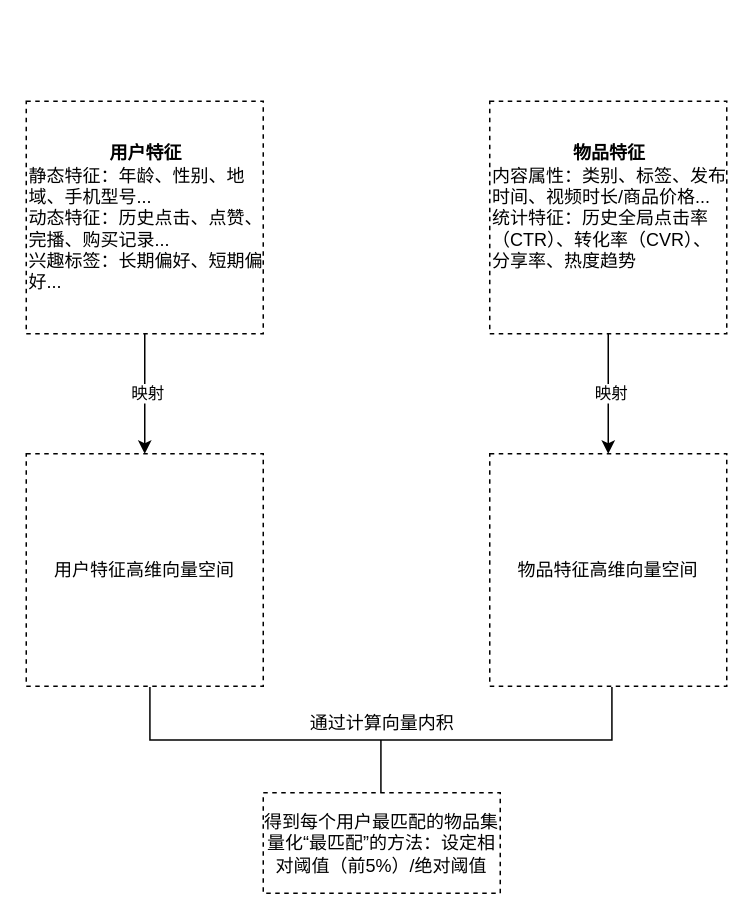
zoeyhuu/First-Project keeps this draw.io diagram as 向量检索.drawio. Above is the earlier version. Source tidied: cells renumbered, new cells numbered last; positions are measured from the earlier drawing's top-left corner, leaving out a move shared by most shapes. Both pictures are drawn from the tidied source at 150%, with x=0, y=0 at pixel (26, 100).
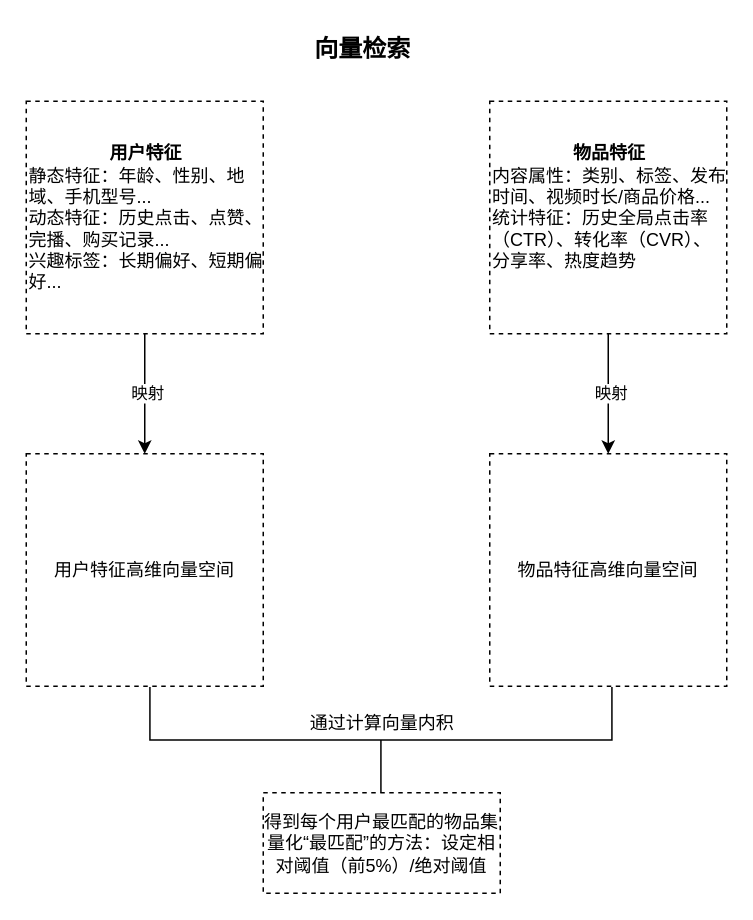
The same page after the edit.

Commit message:
更新推荐策略思维导图.drawio

The edit, as a diff of the source:
```diff
@@
 <mxGraphModel>
   <root>
     <mxCell id="0" />
     <mxCell id="1" parent="0" />
     <mxCell id="2" style="edgeStyle=orthogonalEdgeStyle;rounded=0;jettySize=auto;html=1;" parent="1" edge="1" source="4" target="5">
       <mxGeometry relative="1" as="geometry" />
     </mxCell>
     <mxCell id="3" value="映射" style="edgeLabel;html=1;align=center;verticalAlign=middle;" parent="2" vertex="1">
       <mxGeometry x="-0.03" y="1" relative="1" as="geometry" />
     </mxCell>
     <mxCell id="4" value="&lt;div style=&quot;text-align: center;&quot;&gt;&lt;span style=&quot;background-color: transparent; color: light-dark(rgb(0, 0, 0), rgb(255, 255, 255));&quot;&gt;&lt;b&gt;用户特征&lt;/b&gt;&lt;/span&gt;&lt;/div&gt;&lt;div&gt;静态特征：年龄、性别、地域、手机型号...&lt;/div&gt;&lt;div&gt;动态特征：历史点击、点赞、完播、购买记录...&lt;/div&gt;&lt;div style=&quot;&quot;&gt;兴趣标签：长期偏好、短期偏好...&lt;/div&gt;" style="rounded=0;whiteSpace=wrap;html=1;fillColor=none;dashed=1;align=left;" parent="1" vertex="1">
       <mxGeometry width="158" height="155" as="geometry" />
     </mxCell>
     <mxCell id="5" value="用户特征高维向量空间" style="rounded=0;whiteSpace=wrap;html=1;fillColor=none;dashed=1;align=center;" parent="1" vertex="1">
       <mxGeometry y="235" width="158" height="155" as="geometry" />
     </mxCell>
     <mxCell id="6" style="edgeStyle=orthogonalEdgeStyle;rounded=0;jettySize=auto;html=1;" parent="1" edge="1" source="8" target="9">
       <mxGeometry relative="1" as="geometry" />
     </mxCell>
     <mxCell id="7" value="映射" style="edgeLabel;html=1;align=center;verticalAlign=middle;" parent="6" vertex="1">
       <mxGeometry x="-0.03" y="1" relative="1" as="geometry" />
     </mxCell>
     <mxCell id="8" value="&lt;div style=&quot;text-align: center;&quot;&gt;&lt;span style=&quot;background-color: transparent; color: light-dark(rgb(0, 0, 0), rgb(255, 255, 255));&quot;&gt;&lt;b&gt;物品特征&lt;/b&gt;&lt;/span&gt;&lt;/div&gt;&lt;div&gt;内容属性：类别、标签、发布时间、视频时长/商品价格...&lt;/div&gt;&lt;div&gt;统计特征：历史全局点击率（CTR）、转化率（CVR）、分享率、热度趋势&lt;/div&gt;&lt;div&gt;&lt;br&gt;&lt;/div&gt;" style="rounded=0;whiteSpace=wrap;html=1;fillColor=none;dashed=1;align=left;" parent="1" vertex="1">
       <mxGeometry x="309" width="158" height="155" as="geometry" />
     </mxCell>
     <mxCell id="9" value="物品特征高维向量空间" style="rounded=0;whiteSpace=wrap;html=1;fillColor=none;dashed=1;align=center;" parent="1" vertex="1">
       <mxGeometry x="309" y="235" width="158" height="155" as="geometry" />
     </mxCell>
     <mxCell id="10" style="strokeWidth=1;html=1;shape=mxgraph.flowchart.annotation_2;align=left;labelPosition=right;rotation=-90;fontSize=12;" parent="1" vertex="1">
       <mxGeometry x="201.2" y="271.8" width="70.5" height="308" as="geometry" />
     </mxCell>
     <mxCell id="11" value="得到每个用户最匹配的物品集&lt;div&gt;量化“最匹配”的方法：设定相对阈值（前5%）/绝对阈值&lt;/div&gt;" style="rounded=0;whiteSpace=wrap;html=1;fillColor=none;dashed=1;align=center;" parent="1" vertex="1">
       <mxGeometry x="158" y="461" width="158" height="67" as="geometry" />
     </mxCell>
     <mxCell id="12" value="通过计算向量内积" style="text;html=1;whiteSpace=wrap;strokeColor=none;fillColor=none;align=center;verticalAlign=middle;rounded=0;" parent="1" vertex="1">
       <mxGeometry x="178.5" y="400" width="117" height="30" as="geometry" />
     </mxCell>
+    <mxCell id="13" value="&lt;b&gt;&lt;font style=&quot;font-size: 16px;&quot;&gt;向量检索&lt;/font&gt;&lt;/b&gt;" style="text;html=1;whiteSpace=wrap;strokeColor=none;fillColor=none;align=center;verticalAlign=middle;rounded=0;" parent="1" vertex="1">
+      <mxGeometry x="166" y="-50" width="117" height="30" as="geometry" />
+    </mxCell>
   </root>
 </mxGraphModel>
```
